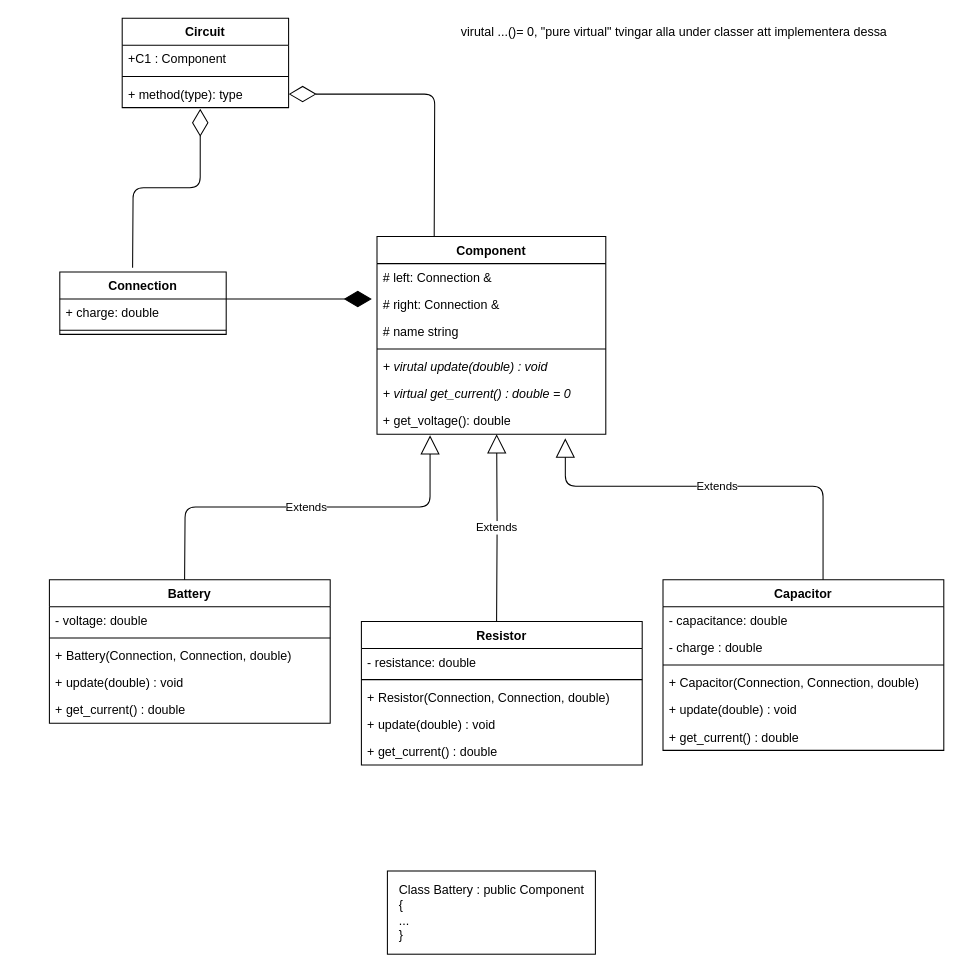
The draw.io diagram Untitled Diagram.drawio in Yozko/hello-world, before the edit. Source tidied: cells renumbered, new cells numbered last; positions are measured from the earlier drawing's top-left corner, leaving out a move shared by most shapes. Both pictures are drawn from the tidied source at 104%, with x=0, y=0 at pixel (49, 18).
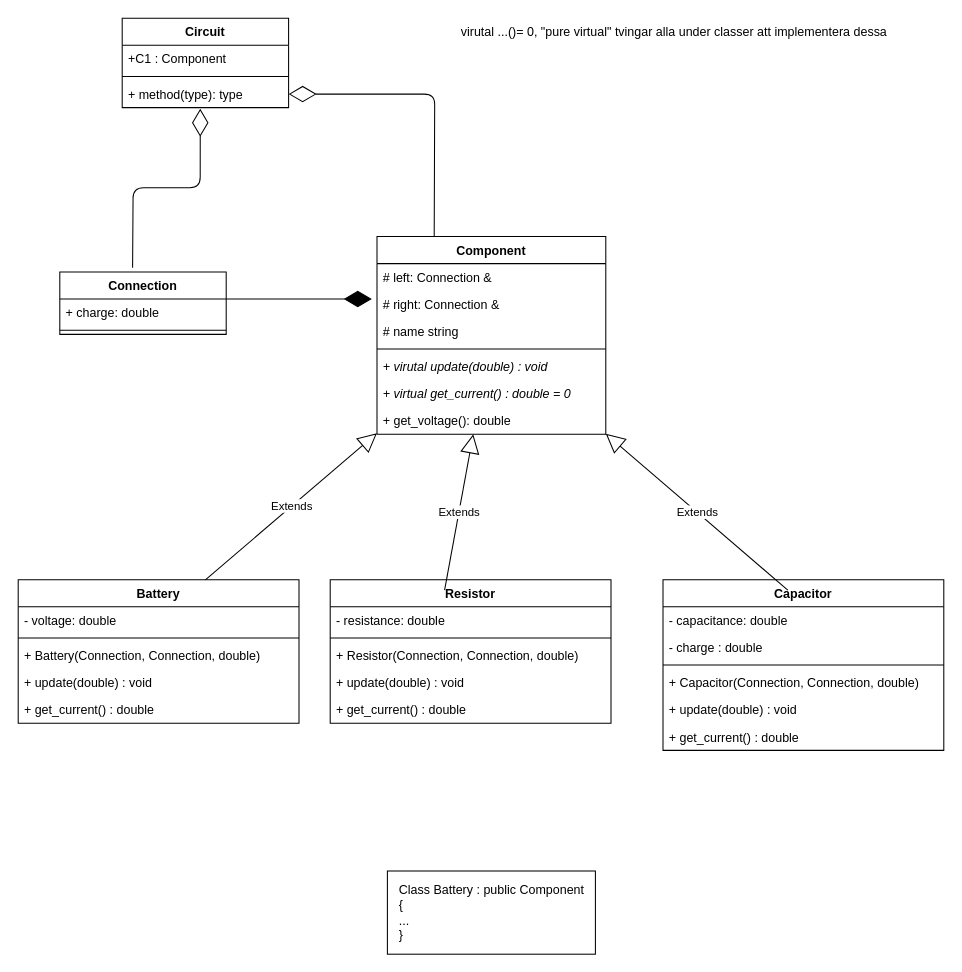
After the change.

Commit message (it also covers changes not shown here):
TDIU20_lab3

Unchanged cells that the change refers to:
```xml
<mxCell id="12" value="Component" style="swimlane;fontStyle=1;align=center;verticalAlign=top;horizontal=1;startSize=26;" parent="1" vertex="1">
  <mxGeometry x="315" y="210" width="220" height="190" as="geometry" />
</mxCell>
<mxCell id="20" value="+ get_voltage(): double" style="text;strokeColor=none;fillColor=none;align=left;verticalAlign=top;spacingLeft=4;spacingRight=4;overflow=hidden;points=[[0,0.5],[1,0.5]];portConstraint=eastwest;" parent="12" vertex="1">
  <mxGeometry y="164" width="220" height="26" as="geometry" />
</mxCell>
<mxCell id="28" value="Capacitor" style="swimlane;fontStyle=1;align=center;verticalAlign=top;horizontal=1;startSize=26;" parent="1" vertex="1">
  <mxGeometry x="590" y="540" width="270" height="164" as="geometry" />
</mxCell>
```

What changed in the source:
```diff
@@
     <mxCell id="6" value="Battery" style="swimlane;fontStyle=1;align=center;verticalAlign=top;horizontal=1;startSize=26;" parent="1" vertex="1">
-      <mxGeometry y="540" width="270" height="138" as="geometry" />
+      <mxGeometry x="-30" y="540" width="270" height="138" as="geometry" />
     </mxCell>
+    <mxCell id="44" value="Extends" style="endArrow=block;endSize=16;endFill=0;html=1;" parent="6" edge="1" target="12">
+      <mxGeometry relative="1" as="geometry">
+        <mxPoint x="180" as="sourcePoint" />
+      </mxGeometry>
+    </mxCell>
@@
     <mxCell id="21" value="Resistor" style="swimlane;fontStyle=1;align=center;verticalAlign=top;horizontal=1;startSize=26;" parent="1" vertex="1">
-      <mxGeometry x="300" y="580" width="270" height="138" as="geometry" />
+      <mxGeometry x="270" y="540" width="270" height="138" as="geometry" />
     </mxCell>
-    <mxCell id="22" value="Extends" style="endArrow=block;endSize=16;endFill=0;html=1;entryX=0.523;entryY=1;entryDx=0;entryDy=0;entryPerimeter=0;edgeStyle=orthogonalEdgeStyle;" parent="21" edge="1" target="20">
-      <mxGeometry relative="1" as="geometry">
-        <mxPoint x="130" as="sourcePoint" />
-      </mxGeometry>
-    </mxCell>
+    <mxCell id="45" value="Extends" style="endArrow=block;endSize=16;endFill=0;html=1;" parent="21" edge="1" target="12">
+      <mxGeometry relative="1" as="geometry">
+        <mxPoint x="110" y="10" as="sourcePoint" />
+      </mxGeometry>
+    </mxCell>
@@
+    <mxCell id="46" value="Extends" style="endArrow=block;endSize=16;endFill=0;html=1;" parent="28" edge="1" target="12">
+      <mxGeometry relative="1" as="geometry">
+        <mxPoint x="120" y="10" as="sourcePoint" />
+      </mxGeometry>
+    </mxCell>
@@
-    <mxCell id="37" value="Extends" style="endArrow=block;endSize=16;endFill=0;html=1;entryX=0.232;entryY=1.038;entryDx=0;entryDy=0;edgeStyle=orthogonalEdgeStyle;entryPerimeter=0;" parent="1" edge="1" target="20">
-      <mxGeometry relative="1" as="geometry">
-        <mxPoint x="130" y="540" as="sourcePoint" />
-      </mxGeometry>
-    </mxCell>
-    <mxCell id="38" value="Extends" style="endArrow=block;endSize=16;endFill=0;html=1;edgeStyle=orthogonalEdgeStyle;exitX=0.57;exitY=0;exitDx=0;exitDy=0;exitPerimeter=0;entryX=0.823;entryY=1.154;entryDx=0;entryDy=0;entryPerimeter=0;" parent="1" edge="1" source="28" target="20">
-      <mxGeometry relative="1" as="geometry">
-        <Array as="points">
-          <mxPoint x="744" y="450" />
-          <mxPoint x="496" y="450" />
-        </Array>
-      </mxGeometry>
-    </mxCell>
```
